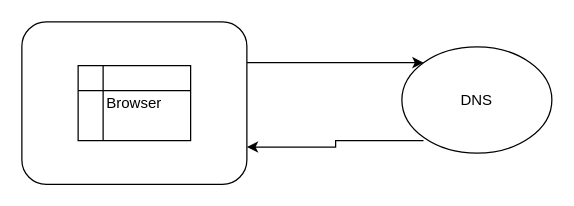
The draw.io diagram web_01.drawio in gausszhou/diagrams, before the edit. Source tidied: cells renumbered, new cells numbered last; positions are measured from the earlier drawing's top-left corner, leaving out a move shared by most shapes. Both pictures are drawn from the tidied source at 125%, with x=0, y=0 at pixel (21, 21).
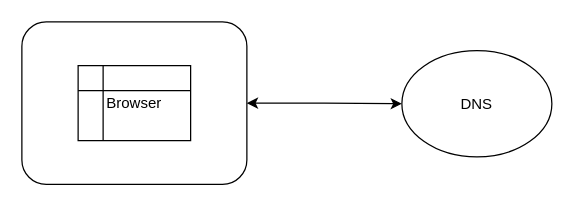
After the change.

Diff of the diagram source:
```diff
@@
 <mxGraphModel>
   <root>
     <mxCell id="0" />
     <mxCell id="1" parent="0" />
-    <mxCell id="2" style="edgeStyle=orthogonalEdgeStyle;rounded=0;jettySize=auto;html=1;exitX=1;exitY=0.25;exitDx=0;exitDy=0;entryX=0;entryY=0;entryDx=0;entryDy=0;" parent="1" edge="1" source="3" target="6">
+    <mxCell id="2" style="edgeStyle=orthogonalEdgeStyle;rounded=0;jettySize=auto;html=1;exitX=1;exitY=0.5;exitDx=0;exitDy=0;startArrow=classic;startFill=1;" parent="1" edge="1" source="3" target="6">
       <mxGeometry relative="1" as="geometry" />
     </mxCell>
     <mxCell id="3" style="rounded=1;whiteSpace=wrap;html=1;" parent="1" vertex="1">
       <mxGeometry width="180" height="130" as="geometry" />
     </mxCell>
     <mxCell id="4" value="Browser" style="shape=internalStorage;whiteSpace=wrap;html=1;backgroundOutline=1;" parent="1" vertex="1">
       <mxGeometry x="45" y="35" width="90" height="60" as="geometry" />
     </mxCell>
-    <mxCell id="5" style="edgeStyle=orthogonalEdgeStyle;rounded=0;orthogonalLoop=1;jettySize=auto;html=1;exitX=0;exitY=1;exitDx=0;exitDy=0;entryX=1;entryY=0.75;entryDx=0;entryDy=0;" parent="1" edge="1">
-      <mxGeometry relative="1" as="geometry">
-        <mxPoint x="321.3" y="95" as="sourcePoint" />
-        <mxPoint x="180" y="100.1" as="targetPoint" />
-        <Array as="points">
-          <mxPoint x="251" y="95" />
-          <mxPoint x="251" y="100" />
-        </Array>
-      </mxGeometry>
-    </mxCell>
     <mxCell id="6" value="DNS" style="ellipse;whiteSpace=wrap;html=1;" parent="1" vertex="1">
-      <mxGeometry x="304" y="20" width="120" height="85" as="geometry" />
+      <mxGeometry x="304" y="23" width="120" height="85" as="geometry" />
     </mxCell>
   </root>
 </mxGraphModel>
```
